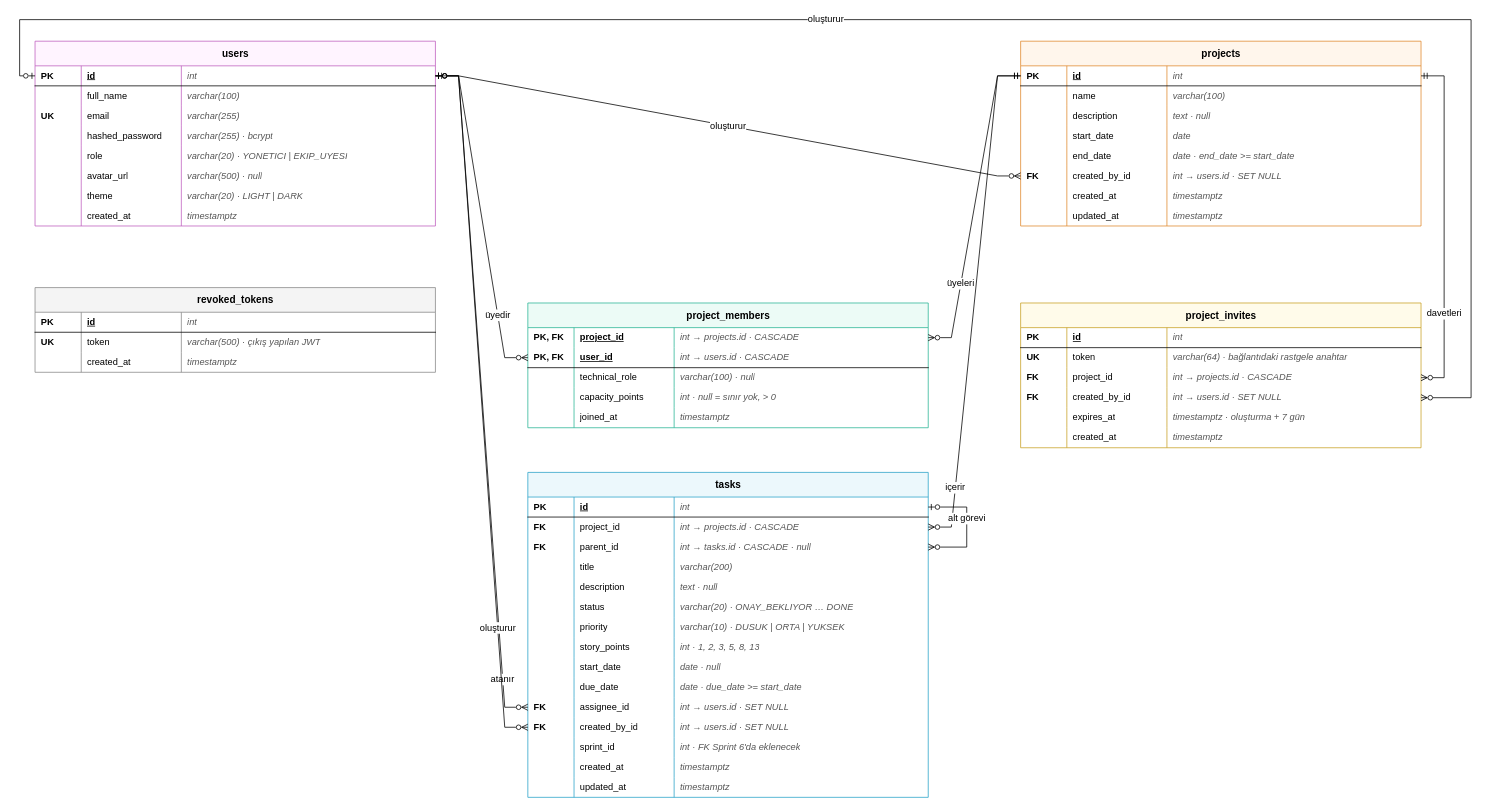
Before: docs/diyagramlar/er-diyagrami.drawio in sengka/LUNO, a draw.io diagram. Source tidied: cells renumbered, new cells numbered last; positions are measured from the earlier drawing's top-left corner, leaving out a move shared by most shapes. Both pictures are drawn from the tidied source at 77%, with x=0, y=0 at pixel (19, 19).
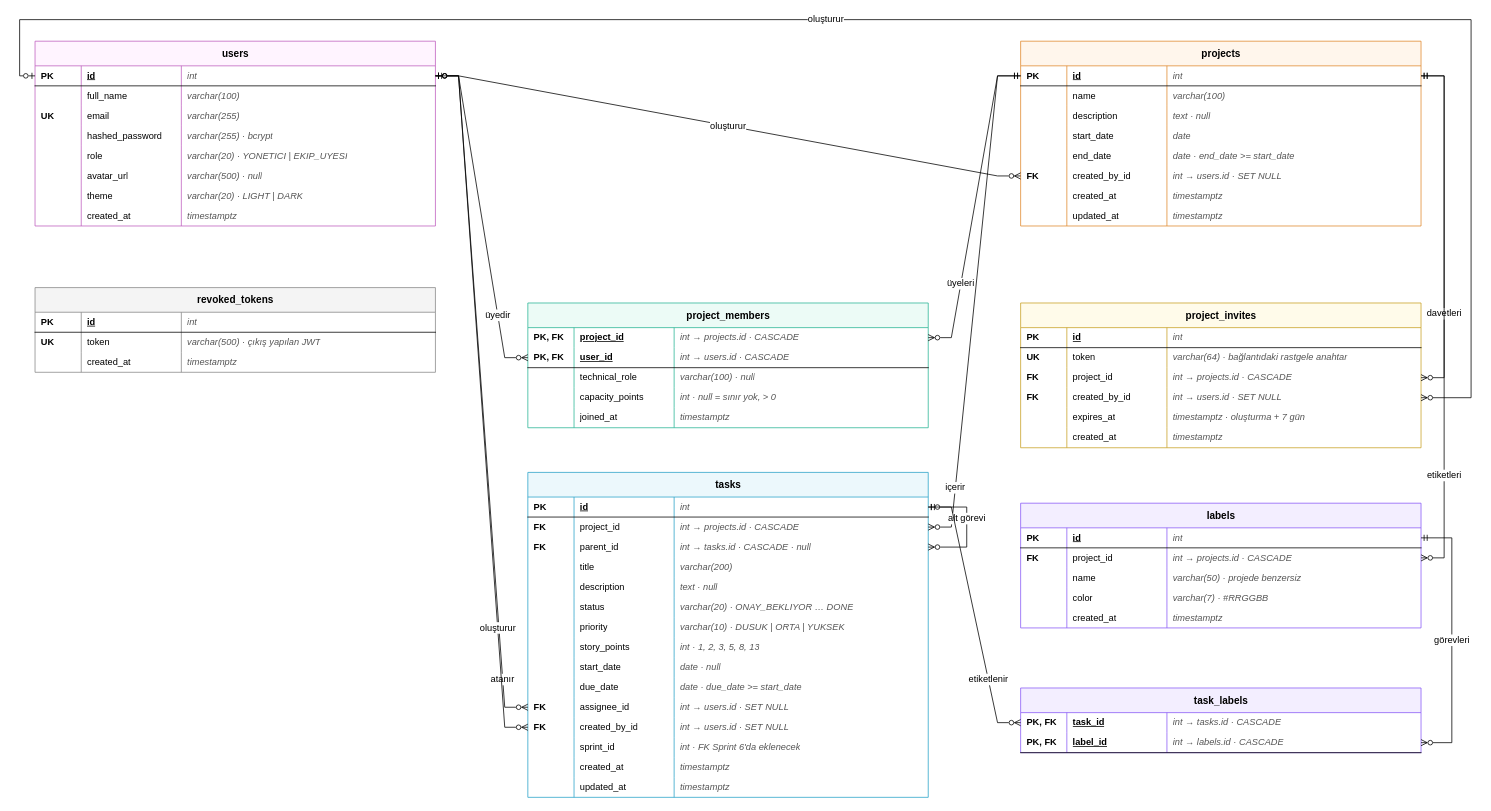
The same page after the edit.

The change refers to these unchanged cells:
```xml
<mxCell id="3" style="shape=tableRow;horizontal=0;startSize=0;swimlaneHead=0;swimlaneBody=0;fillColor=none;points=[[0,0.5],[1,0.5]];portConstraint=eastwest;top=0;left=0;right=0;bottom=1;html=1;" parent="2" vertex="1">
  <mxGeometry y="32" width="520" height="26" as="geometry" />
</mxCell>
<mxCell id="49" style="shape=tableRow;horizontal=0;startSize=0;swimlaneHead=0;swimlaneBody=0;fillColor=none;points=[[0,0.5],[1,0.5]];portConstraint=eastwest;top=0;left=0;right=0;bottom=1;html=1;" parent="48" vertex="1">
  <mxGeometry y="32" width="520" height="26" as="geometry" />
</mxCell>
<mxCell id="94" style="shape=tableRow;horizontal=0;startSize=0;swimlaneHead=0;swimlaneBody=0;fillColor=none;points=[[0,0.5],[1,0.5]];portConstraint=eastwest;top=0;left=0;right=0;bottom=0;html=1;" parent="81" vertex="1">
  <mxGeometry y="110" width="520" height="26" as="geometry" />
</mxCell>
<mxCell id="128" style="shape=tableRow;horizontal=0;startSize=0;swimlaneHead=0;swimlaneBody=0;fillColor=none;points=[[0,0.5],[1,0.5]];portConstraint=eastwest;top=0;left=0;right=0;bottom=1;html=1;" parent="127" vertex="1">
  <mxGeometry y="32" width="520" height="26" as="geometry" />
</mxCell>
```

The edit, as a diff of the source:
```diff
@@
+    <mxCell id="197" value="labels" style="shape=table;startSize=32;childLayout=tableLayout;rowLines=0;fontStyle=1;align=center;html=1;fillColor=#F3EEFF;strokeColor=#8B5CF6;fontSize=13;" parent="1" vertex="1">
+      <mxGeometry x="1300" y="628" width="520" height="162" as="geometry" />
+    </mxCell>
+    <mxCell id="198" style="shape=tableRow;horizontal=0;startSize=0;swimlaneHead=0;swimlaneBody=0;fillColor=none;points=[[0,0.5],[1,0.5]];portConstraint=eastwest;top=0;left=0;right=0;bottom=1;html=1;" parent="197" vertex="1">
+      <mxGeometry y="32" width="520" height="26" as="geometry" />
+    </mxCell>
+    <mxCell id="199" value="PK" style="shape=partialRectangle;fillColor=none;top=0;left=0;bottom=0;right=0;align=left;spacingLeft=6;overflow=hidden;whiteSpace=wrap;html=1;fontStyle=1;fontSize=12;" parent="198" vertex="1">
+      <mxGeometry width="60" height="26" as="geometry" />
+    </mxCell>
+    <mxCell id="200" value="id" style="shape=partialRectangle;fillColor=none;top=0;left=0;bottom=0;right=0;align=left;spacingLeft=6;overflow=hidden;whiteSpace=wrap;html=1;fontStyle=5;fontSize=12;" parent="198" vertex="1">
+      <mxGeometry x="60" width="130" height="26" as="geometry" />
+    </mxCell>
+    <mxCell id="201" value="int" style="shape=partialRectangle;fillColor=none;top=0;left=0;bottom=0;right=0;align=left;spacingLeft=6;overflow=hidden;whiteSpace=wrap;html=1;fontStyle=2;fontSize=12;fontColor=#555555;" parent="198" vertex="1">
+      <mxGeometry x="190" width="330" height="26" as="geometry" />
+    </mxCell>
+    <mxCell id="202" style="shape=tableRow;horizontal=0;startSize=0;swimlaneHead=0;swimlaneBody=0;fillColor=none;points=[[0,0.5],[1,0.5]];portConstraint=eastwest;top=0;left=0;right=0;bottom=0;html=1;" parent="197" vertex="1">
+      <mxGeometry y="58" width="520" height="26" as="geometry" />
+    </mxCell>
+    <mxCell id="203" value="FK" style="shape=partialRectangle;fillColor=none;top=0;left=0;bottom=0;right=0;align=left;spacingLeft=6;overflow=hidden;whiteSpace=wrap;html=1;fontStyle=1;fontSize=12;" parent="202" vertex="1">
+      <mxGeometry width="60" height="26" as="geometry" />
+    </mxCell>
+    <mxCell id="204" value="project_id" style="shape=partialRectangle;fillColor=none;top=0;left=0;bottom=0;right=0;align=left;spacingLeft=6;overflow=hidden;whiteSpace=wrap;html=1;fontStyle=0;fontSize=12;" parent="202" vertex="1">
+      <mxGeometry x="60" width="130" height="26" as="geometry" />
+    </mxCell>
+    <mxCell id="205" value="int → projects.id · CASCADE" style="shape=partialRectangle;fillColor=none;top=0;left=0;bottom=0;right=0;align=left;spacingLeft=6;overflow=hidden;whiteSpace=wrap;html=1;fontStyle=2;fontSize=12;fontColor=#555555;" parent="202" vertex="1">
+      <mxGeometry x="190" width="330" height="26" as="geometry" />
+    </mxCell>
+    <mxCell id="206" style="shape=tableRow;horizontal=0;startSize=0;swimlaneHead=0;swimlaneBody=0;fillColor=none;top=0;left=0;right=0;bottom=0;html=1;" parent="197" vertex="1">
+      <mxGeometry y="84" width="520" height="26" as="geometry" />
+    </mxCell>
+    <mxCell id="207" style="shape=partialRectangle;fillColor=none;top=0;left=0;bottom=0;right=0;align=left;spacingLeft=6;overflow=hidden;whiteSpace=wrap;html=1;fontStyle=1;fontSize=12;" parent="206" vertex="1">
+      <mxGeometry width="60" height="26" as="geometry" />
+    </mxCell>
+    <mxCell id="208" value="name" style="shape=partialRectangle;fillColor=none;top=0;left=0;bottom=0;right=0;align=left;spacingLeft=6;overflow=hidden;whiteSpace=wrap;html=1;fontStyle=0;fontSize=12;" parent="206" vertex="1">
+      <mxGeometry x="60" width="130" height="26" as="geometry" />
+    </mxCell>
+    <mxCell id="209" value="varchar(50) · projede benzersiz" style="shape=partialRectangle;fillColor=none;top=0;left=0;bottom=0;right=0;align=left;spacingLeft=6;overflow=hidden;whiteSpace=wrap;html=1;fontStyle=2;fontSize=12;fontColor=#555555;" parent="206" vertex="1">
+      <mxGeometry x="190" width="330" height="26" as="geometry" />
+    </mxCell>
+    <mxCell id="210" style="shape=tableRow;horizontal=0;startSize=0;swimlaneHead=0;swimlaneBody=0;fillColor=none;top=0;left=0;right=0;bottom=0;html=1;" parent="197" vertex="1">
+      <mxGeometry y="110" width="520" height="26" as="geometry" />
+    </mxCell>
+    <mxCell id="211" style="shape=partialRectangle;fillColor=none;top=0;left=0;bottom=0;right=0;align=left;spacingLeft=6;overflow=hidden;whiteSpace=wrap;html=1;fontStyle=1;fontSize=12;" parent="210" vertex="1">
+      <mxGeometry width="60" height="26" as="geometry" />
+    </mxCell>
+    <mxCell id="212" value="color" style="shape=partialRectangle;fillColor=none;top=0;left=0;bottom=0;right=0;align=left;spacingLeft=6;overflow=hidden;whiteSpace=wrap;html=1;fontStyle=0;fontSize=12;" parent="210" vertex="1">
+      <mxGeometry x="60" width="130" height="26" as="geometry" />
+    </mxCell>
+    <mxCell id="213" value="varchar(7) · #RRGGBB" style="shape=partialRectangle;fillColor=none;top=0;left=0;bottom=0;right=0;align=left;spacingLeft=6;overflow=hidden;whiteSpace=wrap;html=1;fontStyle=2;fontSize=12;fontColor=#555555;" parent="210" vertex="1">
+      <mxGeometry x="190" width="330" height="26" as="geometry" />
+    </mxCell>
+    <mxCell id="214" style="shape=tableRow;horizontal=0;startSize=0;swimlaneHead=0;swimlaneBody=0;fillColor=none;top=0;left=0;right=0;bottom=0;html=1;" parent="197" vertex="1">
+      <mxGeometry y="136" width="520" height="26" as="geometry" />
+    </mxCell>
+    <mxCell id="215" style="shape=partialRectangle;fillColor=none;top=0;left=0;bottom=0;right=0;align=left;spacingLeft=6;overflow=hidden;whiteSpace=wrap;html=1;fontStyle=1;fontSize=12;" parent="214" vertex="1">
+      <mxGeometry width="60" height="26" as="geometry" />
+    </mxCell>
+    <mxCell id="216" value="created_at" style="shape=partialRectangle;fillColor=none;top=0;left=0;bottom=0;right=0;align=left;spacingLeft=6;overflow=hidden;whiteSpace=wrap;html=1;fontStyle=0;fontSize=12;" parent="214" vertex="1">
+      <mxGeometry x="60" width="130" height="26" as="geometry" />
+    </mxCell>
+    <mxCell id="217" value="timestamptz" style="shape=partialRectangle;fillColor=none;top=0;left=0;bottom=0;right=0;align=left;spacingLeft=6;overflow=hidden;whiteSpace=wrap;html=1;fontStyle=2;fontSize=12;fontColor=#555555;" parent="214" vertex="1">
+      <mxGeometry x="190" width="330" height="26" as="geometry" />
+    </mxCell>
+    <mxCell id="218" value="task_labels" style="shape=table;startSize=32;childLayout=tableLayout;rowLines=0;fontStyle=1;align=center;html=1;fillColor=#F3EEFF;strokeColor=#8B5CF6;fontSize=13;" parent="1" vertex="1">
+      <mxGeometry x="1300" y="868" width="520" height="84" as="geometry" />
+    </mxCell>
+    <mxCell id="219" style="shape=tableRow;horizontal=0;startSize=0;swimlaneHead=0;swimlaneBody=0;fillColor=none;points=[[0,0.5],[1,0.5]];portConstraint=eastwest;top=0;left=0;right=0;bottom=0;html=1;" parent="218" vertex="1">
+      <mxGeometry y="32" width="520" height="26" as="geometry" />
+    </mxCell>
+    <mxCell id="220" value="PK, FK" style="shape=partialRectangle;fillColor=none;top=0;left=0;bottom=0;right=0;align=left;spacingLeft=6;overflow=hidden;whiteSpace=wrap;html=1;fontStyle=1;fontSize=12;" parent="219" vertex="1">
+      <mxGeometry width="60" height="26" as="geometry" />
+    </mxCell>
+    <mxCell id="221" value="task_id" style="shape=partialRectangle;fillColor=none;top=0;left=0;bottom=0;right=0;align=left;spacingLeft=6;overflow=hidden;whiteSpace=wrap;html=1;fontStyle=5;fontSize=12;" parent="219" vertex="1">
+      <mxGeometry x="60" width="130" height="26" as="geometry" />
+    </mxCell>
+    <mxCell id="222" value="int → tasks.id · CASCADE" style="shape=partialRectangle;fillColor=none;top=0;left=0;bottom=0;right=0;align=left;spacingLeft=6;overflow=hidden;whiteSpace=wrap;html=1;fontStyle=2;fontSize=12;fontColor=#555555;" parent="219" vertex="1">
+      <mxGeometry x="190" width="330" height="26" as="geometry" />
+    </mxCell>
+    <mxCell id="223" style="shape=tableRow;horizontal=0;startSize=0;swimlaneHead=0;swimlaneBody=0;fillColor=none;points=[[0,0.5],[1,0.5]];portConstraint=eastwest;top=0;left=0;right=0;bottom=1;html=1;" parent="218" vertex="1">
+      <mxGeometry y="58" width="520" height="26" as="geometry" />
+    </mxCell>
+    <mxCell id="224" value="PK, FK" style="shape=partialRectangle;fillColor=none;top=0;left=0;bottom=0;right=0;align=left;spacingLeft=6;overflow=hidden;whiteSpace=wrap;html=1;fontStyle=1;fontSize=12;" parent="223" vertex="1">
+      <mxGeometry width="60" height="26" as="geometry" />
+    </mxCell>
+    <mxCell id="225" value="label_id" style="shape=partialRectangle;fillColor=none;top=0;left=0;bottom=0;right=0;align=left;spacingLeft=6;overflow=hidden;whiteSpace=wrap;html=1;fontStyle=5;fontSize=12;" parent="223" vertex="1">
+      <mxGeometry x="60" width="130" height="26" as="geometry" />
+    </mxCell>
+    <mxCell id="226" value="int → labels.id · CASCADE" style="shape=partialRectangle;fillColor=none;top=0;left=0;bottom=0;right=0;align=left;spacingLeft=6;overflow=hidden;whiteSpace=wrap;html=1;fontStyle=2;fontSize=12;fontColor=#555555;" parent="223" vertex="1">
+      <mxGeometry x="190" width="330" height="26" as="geometry" />
+    </mxCell>
@@
-    <mxCell id="196" value="oluşturur" style="edgeStyle=orthogonalEdgeStyle;fontSize=12;html=1;endArrow=ERzeroToOne;startArrow=ERzeroToMany;endFill=0;startFill=0;rounded=0;labelBackgroundColor=#FFFFFF;exitX=1;exitY=0.5;entryX=0;entryY=0.5;" parent="1" edge="1" source="94" target="3">
-      <mxGeometry x="0.1" relative="1" as="geometry">
-        <Array as="points">
-          <mxPoint x="1885" y="491" />
-          <mxPoint x="1885" />
-          <mxPoint />
-          <mxPoint y="73" />
-        </Array>
-      </mxGeometry>
+    <mxCell id="196" value="etiketleri" style="edgeStyle=entityRelationEdgeStyle;fontSize=12;html=1;endArrow=ERmandOne;startArrow=ERzeroToMany;endFill=0;startFill=0;rounded=0;labelBackgroundColor=#FFFFFF;" parent="1" edge="1" source="202" target="49">
+      <mxGeometry x="-0.6" relative="1" as="geometry" />
     </mxCell>
+    <mxCell id="227" value="etiketlenir" style="edgeStyle=entityRelationEdgeStyle;fontSize=12;html=1;endArrow=ERmandOne;startArrow=ERzeroToMany;endFill=0;startFill=0;rounded=0;labelBackgroundColor=#FFFFFF;" parent="1" edge="1" source="219" target="128">
+      <mxGeometry x="-0.5" relative="1" as="geometry" />
+    </mxCell>
+    <mxCell id="228" value="görevleri" style="edgeStyle=orthogonalEdgeStyle;fontSize=12;html=1;endArrow=ERmandOne;startArrow=ERzeroToMany;endFill=0;startFill=0;rounded=0;labelBackgroundColor=#FFFFFF;exitX=1;exitY=0.5;entryX=1;entryY=0.5;" parent="1" edge="1" source="223" target="198">
+      <mxGeometry relative="1" as="geometry">
+        <Array as="points">
+          <mxPoint x="1860" y="939" />
+          <mxPoint x="1860" y="673" />
+        </Array>
+      </mxGeometry>
+    </mxCell>
+    <mxCell id="229" value="oluşturur" style="edgeStyle=orthogonalEdgeStyle;fontSize=12;html=1;endArrow=ERzeroToOne;startArrow=ERzeroToMany;endFill=0;startFill=0;rounded=0;labelBackgroundColor=#FFFFFF;exitX=1;exitY=0.5;entryX=0;entryY=0.5;" parent="1" edge="1" source="94" target="3">
+      <mxGeometry x="0.1" relative="1" as="geometry">
+        <Array as="points">
+          <mxPoint x="1885" y="491" />
+          <mxPoint x="1885" />
+          <mxPoint />
+          <mxPoint y="73" />
+        </Array>
+      </mxGeometry>
+    </mxCell>
```
